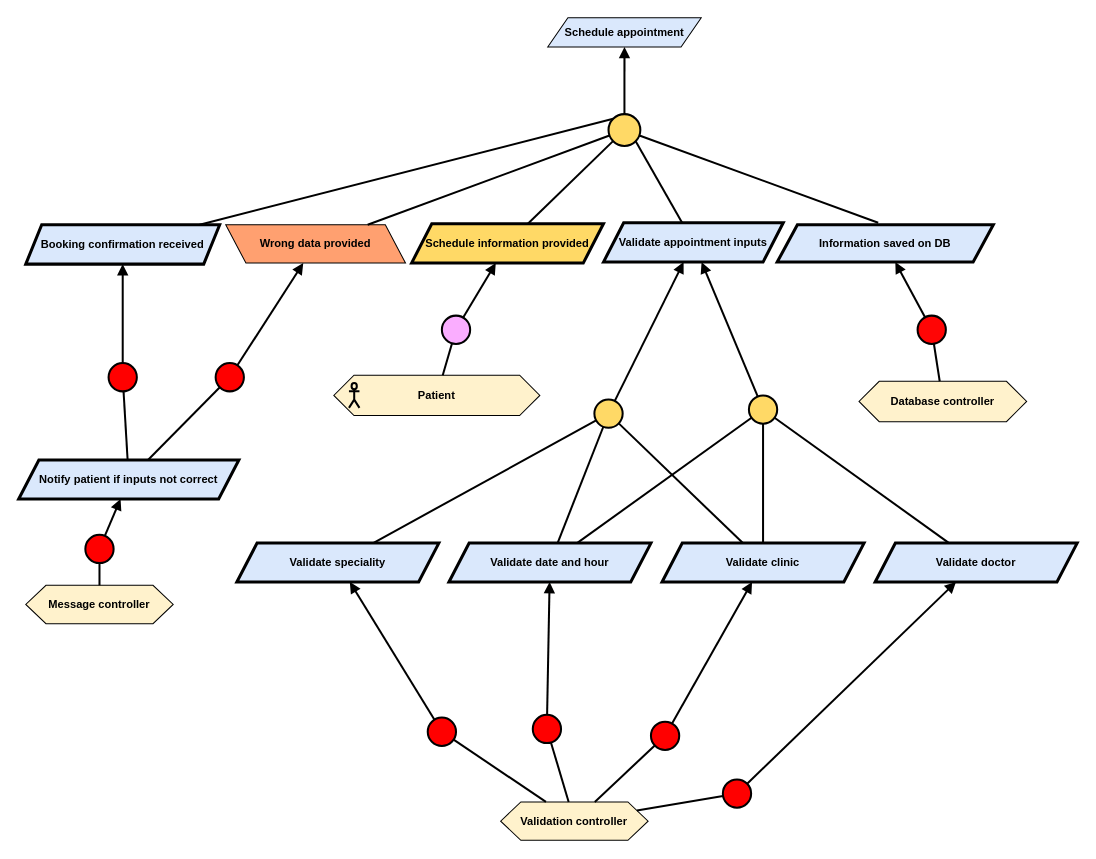
Before: Kaos/KAOS 3.drawio in RafaelCMira/myclinic-msp-project, a draw.io diagram. Source tidied: cells renumbered, new cells numbered last; positions are measured from the earlier drawing's top-left corner, leaving out a move shared by most shapes. Both pictures are drawn from the tidied source at 101%, with x=0, y=0 at pixel (18, 17).
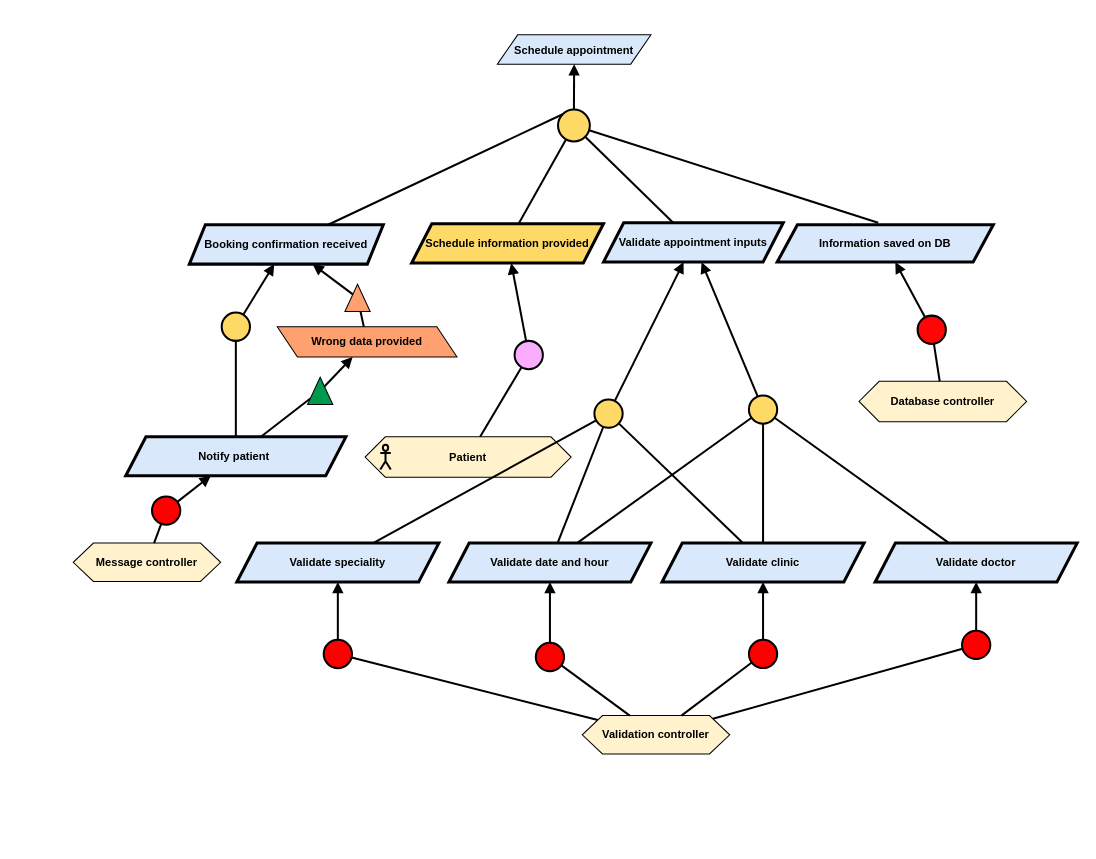
After the change.

The edit, as a diff of the source:
```diff
@@
     <mxCell id="2" value="&lt;b&gt;Schedule appointment&lt;/b&gt;" style="shape=parallelogram;perimeter=parallelogramPerimeter;whiteSpace=wrap;html=1;fixedSize=1;fillColor=#dae8fc;strokeColor=#000000;fontFamily=Helvetica;fontSize=11;fontColor=default;labelBackgroundColor=none;" parent="1" vertex="1">
-      <mxGeometry x="523.8" width="152" height="29" as="geometry" />
+      <mxGeometry x="474" y="17" width="152" height="29" as="geometry" />
     </mxCell>
     <mxCell id="3" value="&lt;div&gt;&lt;b&gt;Validation controller&lt;/b&gt;&lt;/div&gt;" style="shape=hexagon;perimeter=hexagonPerimeter2;whiteSpace=wrap;html=1;fixedSize=1;fillColor=#FFF2CC;fontFamily=Helvetica;fontSize=11;fontColor=default;labelBackgroundColor=none;" parent="1" vertex="1">
-      <mxGeometry x="477.2" y="776.5" width="146" height="38" as="geometry" />
+      <mxGeometry x="558" y="691" width="146" height="38" as="geometry" />
     </mxCell>
     <mxCell id="4" value="&lt;div&gt;&lt;b&gt;Message controller&lt;/b&gt;&lt;/div&gt;" style="shape=hexagon;perimeter=hexagonPerimeter2;whiteSpace=wrap;html=1;fixedSize=1;fillColor=#FFF2CC;fontFamily=Helvetica;fontSize=11;fontColor=default;labelBackgroundColor=none;" parent="1" vertex="1">
-      <mxGeometry x="7" y="562" width="146" height="38" as="geometry" />
+      <mxGeometry x="54" y="520.2" width="146" height="38" as="geometry" />
     </mxCell>
     <mxCell id="5" value="&lt;b&gt;Booking confirmation received&lt;/b&gt;" style="shape=parallelogram;perimeter=parallelogramPerimeter;whiteSpace=wrap;html=1;fixedSize=1;fillColor=#dae8fc;strokeColor=#000000;strokeWidth=3;fontFamily=Helvetica;fontSize=11;fontColor=default;labelBackgroundColor=none;size=15.809148879277927;" parent="1" vertex="1">
-      <mxGeometry x="7" y="205" width="192" height="39" as="geometry" />
+      <mxGeometry x="169" y="205" width="192" height="39" as="geometry" />
     </mxCell>
@@
     <mxCell id="8" style="group;fontFamily=Helvetica;fontSize=11;fontColor=default;labelBackgroundColor=default;" parent="1" vertex="1">
-      <mxGeometry x="312" y="354" width="204" height="40" as="geometry" />
+      <mxGeometry x="343" y="415" width="204" height="40" as="geometry" />
     </mxCell>
@@
     <mxCell id="11" style="ellipse;whiteSpace=wrap;html=1;fillColor=#FAADFF;strokeWidth=2;fontFamily=Helvetica;fontSize=11;fontColor=default;labelBackgroundColor=default;" parent="1" vertex="1">
-      <mxGeometry x="419" y="295" width="28" height="28" as="geometry" />
+      <mxGeometry x="491" y="320" width="28" height="28" as="geometry" />
     </mxCell>
@@
     <mxCell id="14" style="ellipse;whiteSpace=wrap;html=1;fillColor=#FFD966;strokeWidth=2;" parent="1" vertex="1">
-      <mxGeometry x="584" y="95.5" width="31.5" height="31.5" as="geometry" />
+      <mxGeometry x="534" y="91" width="31.5" height="31.5" as="geometry" />
     </mxCell>
@@
-    <mxCell id="19" style="ellipse;whiteSpace=wrap;html=1;fillColor=#FF0000;strokeWidth=2;" parent="1" vertex="1">
-      <mxGeometry x="89" y="342" width="28" height="28" as="geometry" />
-    </mxCell>
-    <mxCell id="20" style="endArrow=block;html=1;rounded=0;endFill=1;strokeWidth=2;" parent="1" edge="1" source="19" target="5">
-      <mxGeometry relative="1" as="geometry" />
-    </mxCell>
-    <mxCell id="21" style="endArrow=none;html=1;rounded=0;strokeWidth=2;" parent="1" edge="1" source="44" target="19">
-      <mxGeometry relative="1" as="geometry" />
-    </mxCell>
@@
     <mxCell id="32" style="ellipse;whiteSpace=wrap;html=1;fillColor=#FF0000;strokeWidth=2;direction=south;" parent="1" vertex="1">
-      <mxGeometry x="405" y="693" width="28" height="28" as="geometry" />
+      <mxGeometry x="302" y="616" width="28" height="28" as="geometry" />
     </mxCell>
@@
     <mxCell id="35" style="ellipse;whiteSpace=wrap;html=1;fillColor=#FF0000;strokeWidth=2;" parent="1" vertex="1">
-      <mxGeometry x="509" y="690.2" width="28" height="28" as="geometry" />
+      <mxGeometry x="512" y="619" width="28" height="28" as="geometry" />
     </mxCell>
@@
     <mxCell id="38" style="ellipse;whiteSpace=wrap;html=1;fillColor=#FF0000;strokeWidth=2;" parent="1" vertex="1">
-      <mxGeometry x="626" y="697" width="28" height="28" as="geometry" />
+      <mxGeometry x="723" y="616" width="28" height="28" as="geometry" />
     </mxCell>
@@
     <mxCell id="41" style="ellipse;whiteSpace=wrap;html=1;fillColor=#FF0000;strokeWidth=2;" parent="1" vertex="1">
-      <mxGeometry x="697.2" y="754.2" width="28" height="28" as="geometry" />
+      <mxGeometry x="934" y="607" width="28" height="28" as="geometry" />
     </mxCell>
@@
-    <mxCell id="44" value="&lt;b&gt;Notify patient if inputs not correct&lt;/b&gt;" style="shape=parallelogram;perimeter=parallelogramPerimeter;whiteSpace=wrap;html=1;fixedSize=1;fillColor=#dae8fc;strokeColor=#000000;strokeWidth=3;fontFamily=Helvetica;fontSize=11;fontColor=default;labelBackgroundColor=none;" parent="1" vertex="1">
-      <mxGeometry y="438" width="218" height="38.5" as="geometry" />
+    <mxCell id="44" value="&lt;b&gt;Notify patient&amp;nbsp;&lt;/b&gt;" style="shape=parallelogram;perimeter=parallelogramPerimeter;whiteSpace=wrap;html=1;fixedSize=1;fillColor=#dae8fc;strokeColor=#000000;strokeWidth=3;fontFamily=Helvetica;fontSize=11;fontColor=default;labelBackgroundColor=none;" parent="1" vertex="1">
+      <mxGeometry x="106" y="415" width="218" height="38.5" as="geometry" />
     </mxCell>
@@
     <mxCell id="55" value="Wrong data provided" style="shape=parallelogram;perimeter=parallelogramPerimeter;whiteSpace=wrap;html=1;fixedSize=1;fillColor=#FFA070;fontStyle=1;fontFamily=Helvetica;fontSize=11;fontColor=default;labelBackgroundColor=none;flipH=1;flipV=0;" parent="1" vertex="1">
-      <mxGeometry x="205" y="205" width="178" height="38" as="geometry" />
+      <mxGeometry x="256" y="306" width="178" height="30" as="geometry" />
     </mxCell>
-    <mxCell id="56" style="endArrow=none;html=1;rounded=0;strokeWidth=2;" parent="1" edge="1" source="14" target="55">
-      <mxGeometry relative="1" as="geometry" />
-    </mxCell>
-    <mxCell id="57" style="ellipse;whiteSpace=wrap;html=1;fillColor=#FF0000;strokeWidth=2;" parent="1" vertex="1">
-      <mxGeometry x="195" y="342" width="28" height="28" as="geometry" />
-    </mxCell>
-    <mxCell id="58" style="endArrow=block;html=1;rounded=0;endFill=1;strokeWidth=2;" parent="1" edge="1" source="57" target="55">
-      <mxGeometry relative="1" as="geometry" />
-    </mxCell>
-    <mxCell id="59" style="endArrow=none;html=1;rounded=0;strokeWidth=2;" parent="1" edge="1" source="44" target="57">
-      <mxGeometry relative="1" as="geometry" />
-    </mxCell>
     <mxCell id="60" style="ellipse;whiteSpace=wrap;html=1;fillColor=#FF0000;strokeWidth=2;" parent="1" vertex="1">
-      <mxGeometry x="66" y="512" width="28" height="28" as="geometry" />
+      <mxGeometry x="132" y="474" width="28" height="28" as="geometry" />
     </mxCell>
@@
+    <mxCell id="63" style="endArrow=block;html=1;rounded=0;endFill=1;strokeWidth=2;" parent="1" edge="1" source="65" target="5">
+      <mxGeometry relative="1" as="geometry" />
+    </mxCell>
+    <mxCell id="64" style="endArrow=none;html=1;rounded=0;strokeWidth=2;" parent="1" edge="1" source="55" target="65">
+      <mxGeometry relative="1" as="geometry" />
+    </mxCell>
+    <mxCell id="65" style="triangle;whiteSpace=wrap;html=1;rotation=-90;fillColor=#FFA070;" parent="1" vertex="1">
+      <mxGeometry x="322" y="265" width="27" height="25" as="geometry" />
+    </mxCell>
+    <mxCell id="66" style="endArrow=block;html=1;rounded=0;endFill=1;strokeWidth=2;" parent="1" edge="1" source="68" target="55">
+      <mxGeometry relative="1" as="geometry" />
+    </mxCell>
+    <mxCell id="67" style="endArrow=none;html=1;rounded=0;strokeWidth=2;" parent="1" edge="1" source="44" target="68">
+      <mxGeometry relative="1" as="geometry" />
+    </mxCell>
+    <mxCell id="68" style="triangle;whiteSpace=wrap;html=1;rotation=-90;fillColor=#00994D;" parent="1" vertex="1">
+      <mxGeometry x="285" y="357" width="27" height="25" as="geometry" />
+    </mxCell>
+    <mxCell id="69" style="ellipse;whiteSpace=wrap;html=1;fillColor=#FFD966;strokeWidth=2;" parent="1" vertex="1">
+      <mxGeometry x="201" y="292" width="28" height="28" as="geometry" />
+    </mxCell>
+    <mxCell id="70" style="endArrow=block;html=1;rounded=0;endFill=1;strokeWidth=2;" parent="1" edge="1" source="69" target="5">
+      <mxGeometry relative="1" as="geometry" />
+    </mxCell>
+    <mxCell id="71" style="endArrow=none;html=1;rounded=0;strokeWidth=2;" parent="1" edge="1" source="44" target="69">
+      <mxGeometry relative="1" as="geometry" />
+    </mxCell>
```
